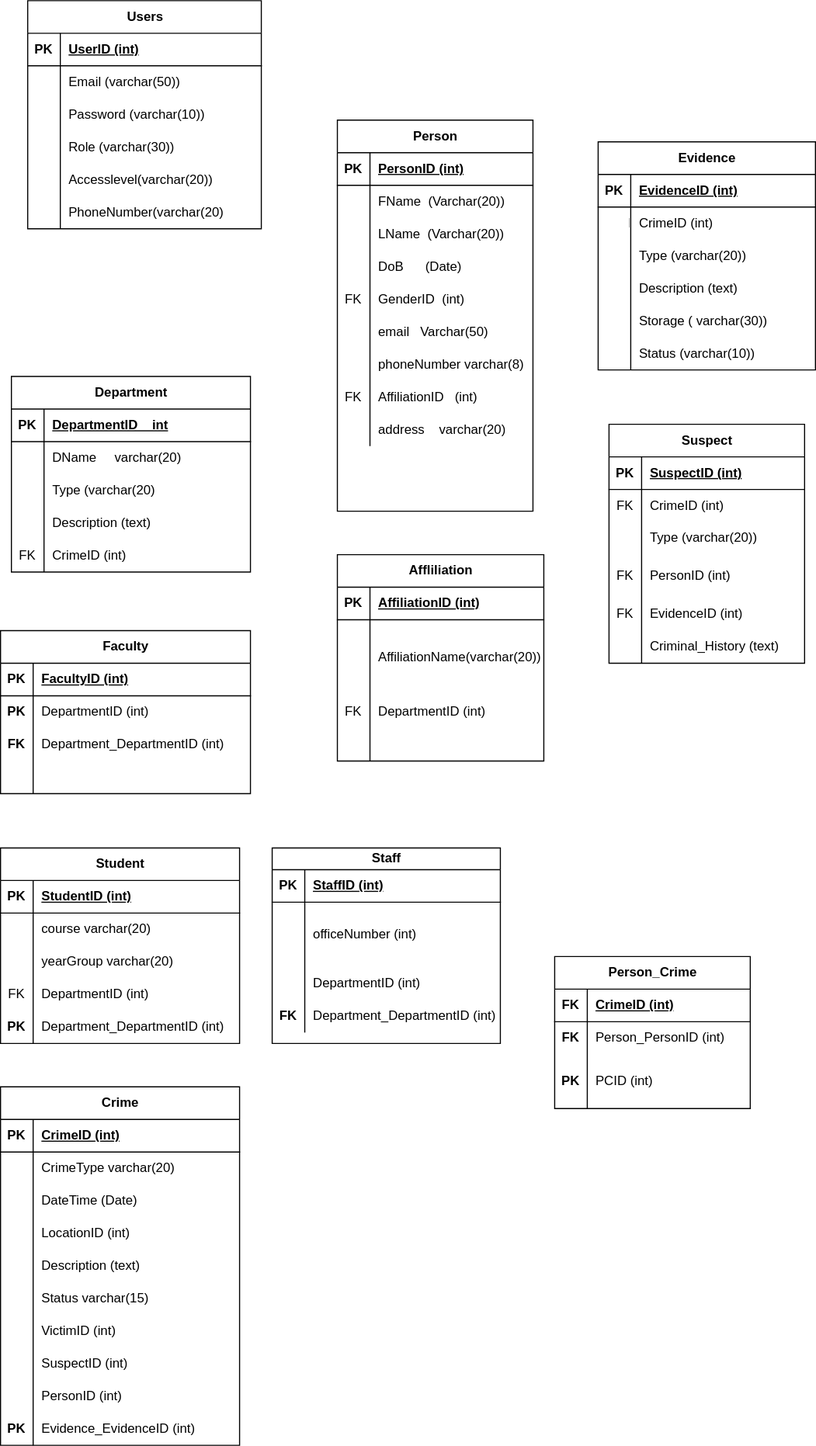
The draw.io diagram Untitled Diagram.drawio.svg in Priscile2/Diagrams, before a commit. Source tidied: cells renumbered, new cells last; positions are measured from the earlier drawing's top-left corner, leaving out a move shared by most shapes.
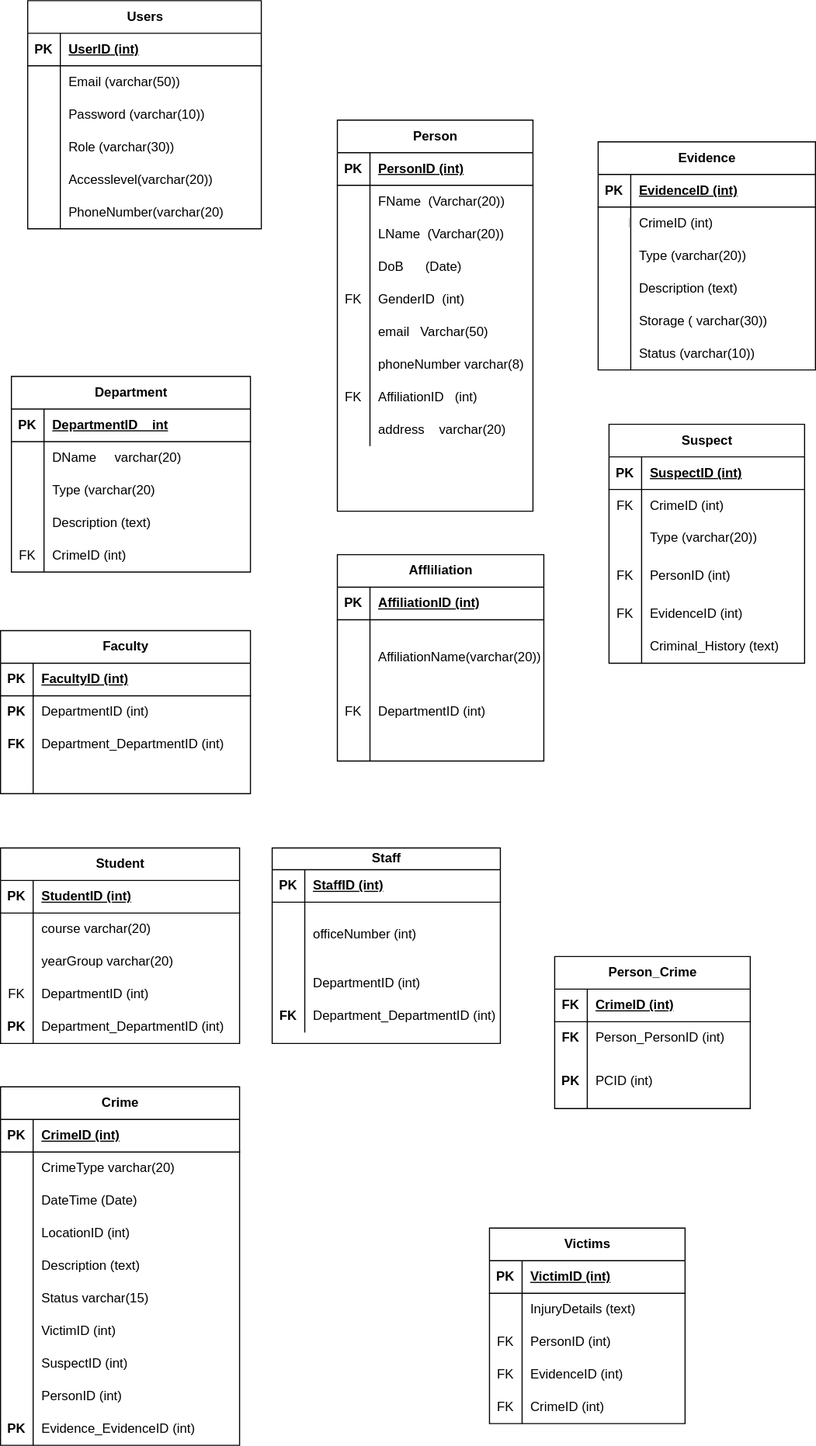
After the commit.

What changed in the source:
```diff
@@ -593,5 +593,53 @@
     <mxCell id="198" value="Evidence_EvidenceID (int)" style="shape=partialRectangle;fillColor=none;top=0;left=0;bottom=0;right=0;align=left;spacingLeft=6;overflow=hidden;whiteSpace=wrap;html=1;" parent="196" vertex="1">
       <mxGeometry x="30" width="190" height="30" as="geometry" />
     </mxCell>
+    <mxCell id="199" value="Victims" style="shape=table;startSize=30;rowLines=0;fontStyle=1;align=center;html=1;" parent="1" vertex="1">
+      <mxGeometry x="450" y="1130" width="180" height="180" as="geometry" />
+    </mxCell>
+    <mxCell id="200" style="shape=tableRow;horizontal=0;startSize=0;swimlaneHead=0;swimlaneBody=0;fillColor=none;top=0;left=0;right=0;bottom=1;" parent="199" vertex="1">
+      <mxGeometry y="30" width="180" height="30" as="geometry" />
+    </mxCell>
+    <mxCell id="201" value="PK" style="shape=partialRectangle;fillColor=none;top=0;left=0;bottom=0;right=0;fontStyle=1;overflow=hidden;whiteSpace=wrap;html=1;" parent="200" vertex="1">
+      <mxGeometry width="30" height="30" as="geometry" />
+    </mxCell>
+    <mxCell id="202" value="VictimID (int)" style="shape=partialRectangle;fillColor=none;top=0;left=0;bottom=0;right=0;align=left;spacingLeft=6;fontStyle=5;overflow=hidden;whiteSpace=wrap;html=1;" parent="200" vertex="1">
+      <mxGeometry x="30" width="150" height="30" as="geometry" />
+    </mxCell>
+    <mxCell id="203" style="shape=tableRow;horizontal=0;startSize=0;swimlaneHead=0;swimlaneBody=0;fillColor=none;top=0;left=0;right=0;bottom=0;" parent="199" vertex="1">
+      <mxGeometry y="60" width="180" height="30" as="geometry" />
+    </mxCell>
+    <mxCell id="204" style="shape=partialRectangle;fillColor=none;top=0;left=0;bottom=0;right=0;overflow=hidden;whiteSpace=wrap;html=1;" parent="203" vertex="1">
+      <mxGeometry width="30" height="30" as="geometry" />
+    </mxCell>
+    <mxCell id="205" value="InjuryDetails (text)" style="shape=partialRectangle;fillColor=none;top=0;left=0;bottom=0;right=0;align=left;spacingLeft=6;overflow=hidden;whiteSpace=wrap;html=1;" parent="203" vertex="1">
+      <mxGeometry x="30" width="150" height="30" as="geometry" />
+    </mxCell>
+    <mxCell id="206" style="shape=tableRow;horizontal=0;startSize=0;swimlaneHead=0;swimlaneBody=0;fillColor=none;top=0;left=0;right=0;bottom=0;" parent="199" vertex="1">
+      <mxGeometry y="90" width="180" height="30" as="geometry" />
+    </mxCell>
+    <mxCell id="207" value="FK" style="shape=partialRectangle;fillColor=none;top=0;left=0;bottom=0;right=0;overflow=hidden;whiteSpace=wrap;html=1;" parent="206" vertex="1">
+      <mxGeometry width="30" height="30" as="geometry" />
+    </mxCell>
+    <mxCell id="208" value="PersonID (int)" style="shape=partialRectangle;fillColor=none;top=0;left=0;bottom=0;right=0;align=left;spacingLeft=6;overflow=hidden;whiteSpace=wrap;html=1;" parent="206" vertex="1">
+      <mxGeometry x="30" width="150" height="30" as="geometry" />
+    </mxCell>
+    <mxCell id="209" style="shape=tableRow;horizontal=0;startSize=0;swimlaneHead=0;swimlaneBody=0;fillColor=none;top=0;left=0;right=0;bottom=0;" parent="199" vertex="1">
+      <mxGeometry y="120" width="180" height="30" as="geometry" />
+    </mxCell>
+    <mxCell id="210" value="FK" style="shape=partialRectangle;fillColor=none;top=0;left=0;bottom=0;right=0;overflow=hidden;whiteSpace=wrap;html=1;" parent="209" vertex="1">
+      <mxGeometry width="30" height="30" as="geometry" />
+    </mxCell>
+    <mxCell id="211" value="EvidenceID (int)" style="shape=partialRectangle;fillColor=none;top=0;left=0;bottom=0;right=0;align=left;spacingLeft=6;overflow=hidden;whiteSpace=wrap;html=1;" parent="209" vertex="1">
+      <mxGeometry x="30" width="150" height="30" as="geometry" />
+    </mxCell>
+    <mxCell id="212" style="shape=tableRow;horizontal=0;startSize=0;swimlaneHead=0;swimlaneBody=0;fillColor=none;top=0;left=0;right=0;bottom=0;" parent="199" vertex="1">
+      <mxGeometry y="150" width="180" height="30" as="geometry" />
+    </mxCell>
+    <mxCell id="213" value="FK" style="shape=partialRectangle;fillColor=none;top=0;left=0;bottom=0;right=0;overflow=hidden;whiteSpace=wrap;html=1;" parent="212" vertex="1">
+      <mxGeometry width="30" height="30" as="geometry" />
+    </mxCell>
+    <mxCell id="214" value="CrimeID (int)" style="shape=partialRectangle;fillColor=none;top=0;left=0;bottom=0;right=0;align=left;spacingLeft=6;overflow=hidden;whiteSpace=wrap;html=1;" parent="212" vertex="1">
+      <mxGeometry x="30" width="150" height="30" as="geometry" />
+    </mxCell>
   </root>
 </mxGraphModel>
```
